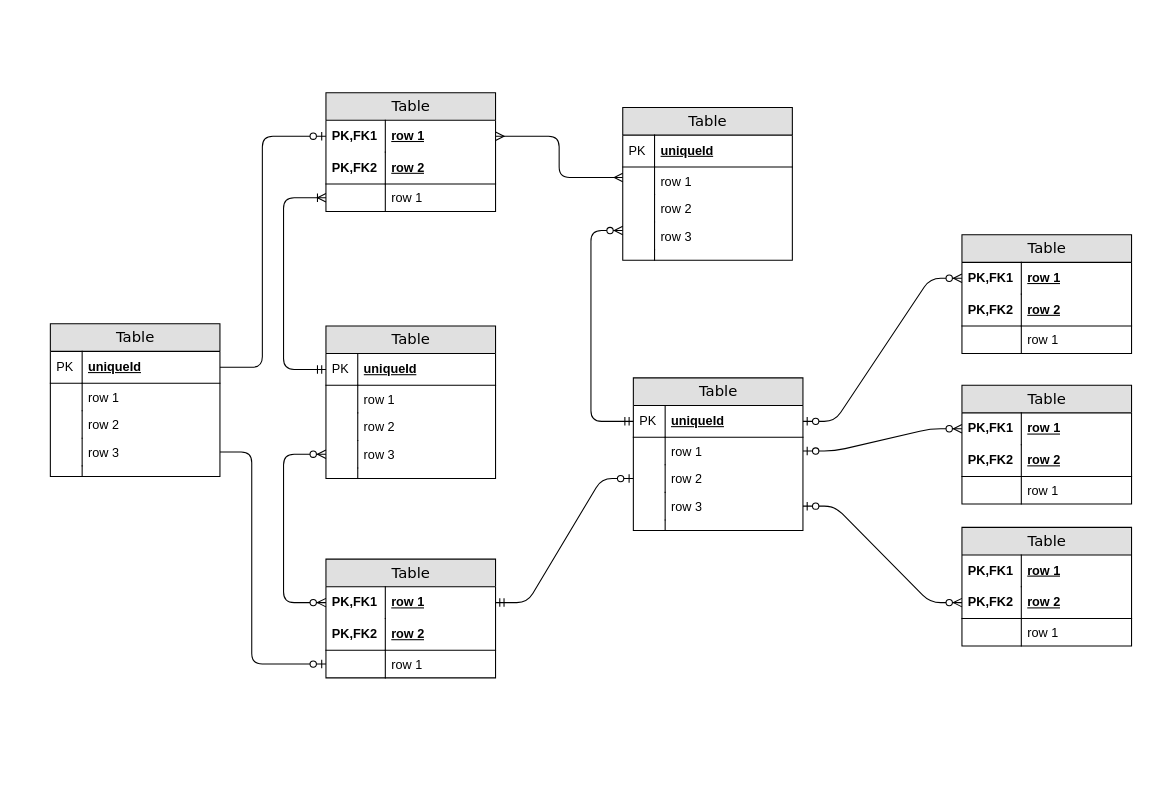
Before: Untitled Diagram.drawio in laserengineer/books, a draw.io diagram. Source tidied: cells renumbered, new cells numbered last; positions are measured from the earlier drawing's top-left corner, leaving out a move shared by most shapes. Both pictures are drawn from the tidied source at 106%, with x=0, y=0 at pixel (50, 92).
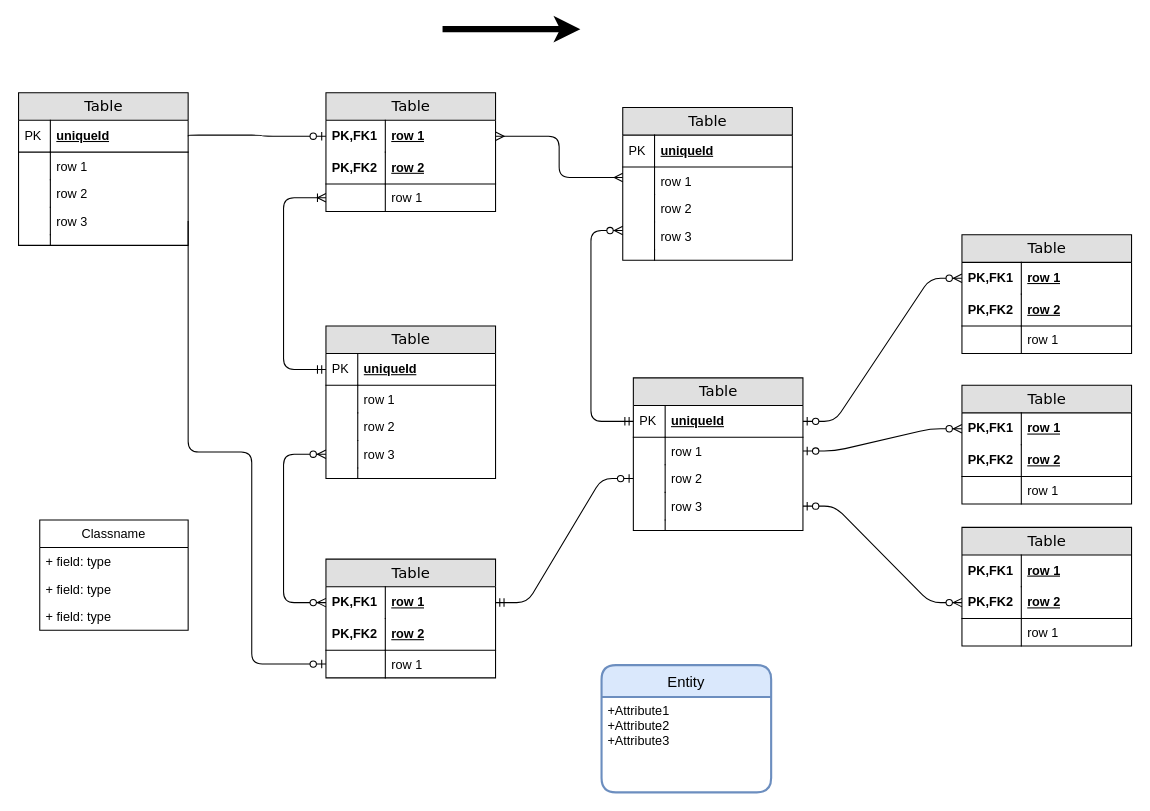
The same diagram, later.

Unchanged cells that the change refers to:
```xml
<mxCell id="3" value="row 1" style="shape=partialRectangle;top=0;left=0;right=0;bottom=0;html=1;align=left;verticalAlign=middle;fillColor=none;spacingLeft=60;spacingRight=4;whiteSpace=wrap;overflow=hidden;points=[[0,0.5],[1,0.5]];portConstraint=eastwest;fontStyle=5;" parent="2" vertex="1">
  <mxGeometry y="26" width="160" height="30" as="geometry" />
</mxCell>
<mxCell id="79" value="uniqueId" style="shape=partialRectangle;top=0;left=0;right=0;bottom=1;html=1;align=left;verticalAlign=middle;fillColor=none;spacingLeft=34;spacingRight=4;whiteSpace=wrap;overflow=hidden;points=[[0,0.5],[1,0.5]];portConstraint=eastwest;fontStyle=5;" parent="78" vertex="1">
  <mxGeometry y="26" width="160" height="30" as="geometry" />
</mxCell>
```

The edit, as a diff of the source:
```diff
@@
     <mxCell id="78" value="Table" style="swimlane;html=1;fontStyle=0;horizontal=1;startSize=26;fillColor=#e0e0e0;swimlaneFillColor=#ffffff;align=center;rounded=0;shadow=0;comic=0;labelBackgroundColor=none;strokeWidth=1;fontFamily=Verdana;fontSize=14;" parent="1" vertex="1">
-      <mxGeometry y="218" width="160" height="144" as="geometry" />
+      <mxGeometry x="-30" width="160" height="144" as="geometry" />
     </mxCell>
@@
     <mxCell id="89" style="edgeStyle=orthogonalEdgeStyle;html=1;endArrow=ERzeroToOne;endFill=1;labelBackgroundColor=none;fontFamily=Verdana;fontSize=14;entryX=0;entryY=0.5;exitX=1;exitY=0.5;" parent="1" edge="1" source="79" target="3">
       <mxGeometry relative="1" as="geometry">
         <Array as="points">
-          <mxPoint x="200" y="259" />
+          <mxPoint x="130" y="40" />
+          <mxPoint x="200" y="40" />
           <mxPoint x="200" y="41" />
         </Array>
       </mxGeometry>
     </mxCell>
@@
+    <mxCell id="91" value="Classname" style="swimlane;fontStyle=0;horizontal=1;startSize=26;fillColor=none;" parent="1" vertex="1">
+      <mxGeometry x="-10" y="403" width="140" height="104" as="geometry" />
+    </mxCell>
+    <mxCell id="92" value="+ field: type" style="text;strokeColor=none;fillColor=none;align=left;verticalAlign=top;spacingLeft=4;spacingRight=4;overflow=hidden;" parent="91" vertex="1">
+      <mxGeometry y="26" width="140" height="26" as="geometry" />
+    </mxCell>
+    <mxCell id="93" value="+ field: type" style="text;strokeColor=none;fillColor=none;align=left;verticalAlign=top;spacingLeft=4;spacingRight=4;overflow=hidden;" parent="91" vertex="1">
+      <mxGeometry y="52" width="140" height="26" as="geometry" />
+    </mxCell>
+    <mxCell id="94" value="+ field: type" style="text;strokeColor=none;fillColor=none;align=left;verticalAlign=top;spacingLeft=4;spacingRight=4;overflow=hidden;" parent="91" vertex="1">
+      <mxGeometry y="78" width="140" height="26" as="geometry" />
+    </mxCell>
+    <mxCell id="95" style="edgeStyle=elbowEdgeStyle;elbow=horizontal;endArrow=classic;html=1;strokeWidth=6;" parent="1" edge="1">
+      <mxGeometry relative="1" as="geometry">
+        <mxPoint x="370" y="-60" as="sourcePoint" />
+        <mxPoint x="500" y="-60" as="targetPoint" />
+        <Array as="points">
+          <mxPoint x="470" y="-70" />
+        </Array>
+      </mxGeometry>
+    </mxCell>
+    <mxCell id="96" value="Entity" style="swimlane;horizontal=1;startSize=30;rounded=1;fontSize=14;fontStyle=0;strokeWidth=2;shadow=0;dashed=0;align=center;fillColor=#dae8fc;strokeColor=#6c8ebf;" parent="1" vertex="1">
+      <mxGeometry x="520" y="540" width="160" height="120" as="geometry" />
+    </mxCell>
+    <mxCell id="97" value="+Attribute1&#10;+Attribute2&#10;+Attribute3" style="align=left;strokeColor=none;fillColor=none;spacingLeft=4;fontSize=12;verticalAlign=top;" parent="96" vertex="1">
+      <mxGeometry y="30" width="160" height="90" as="geometry" />
+    </mxCell>
```
